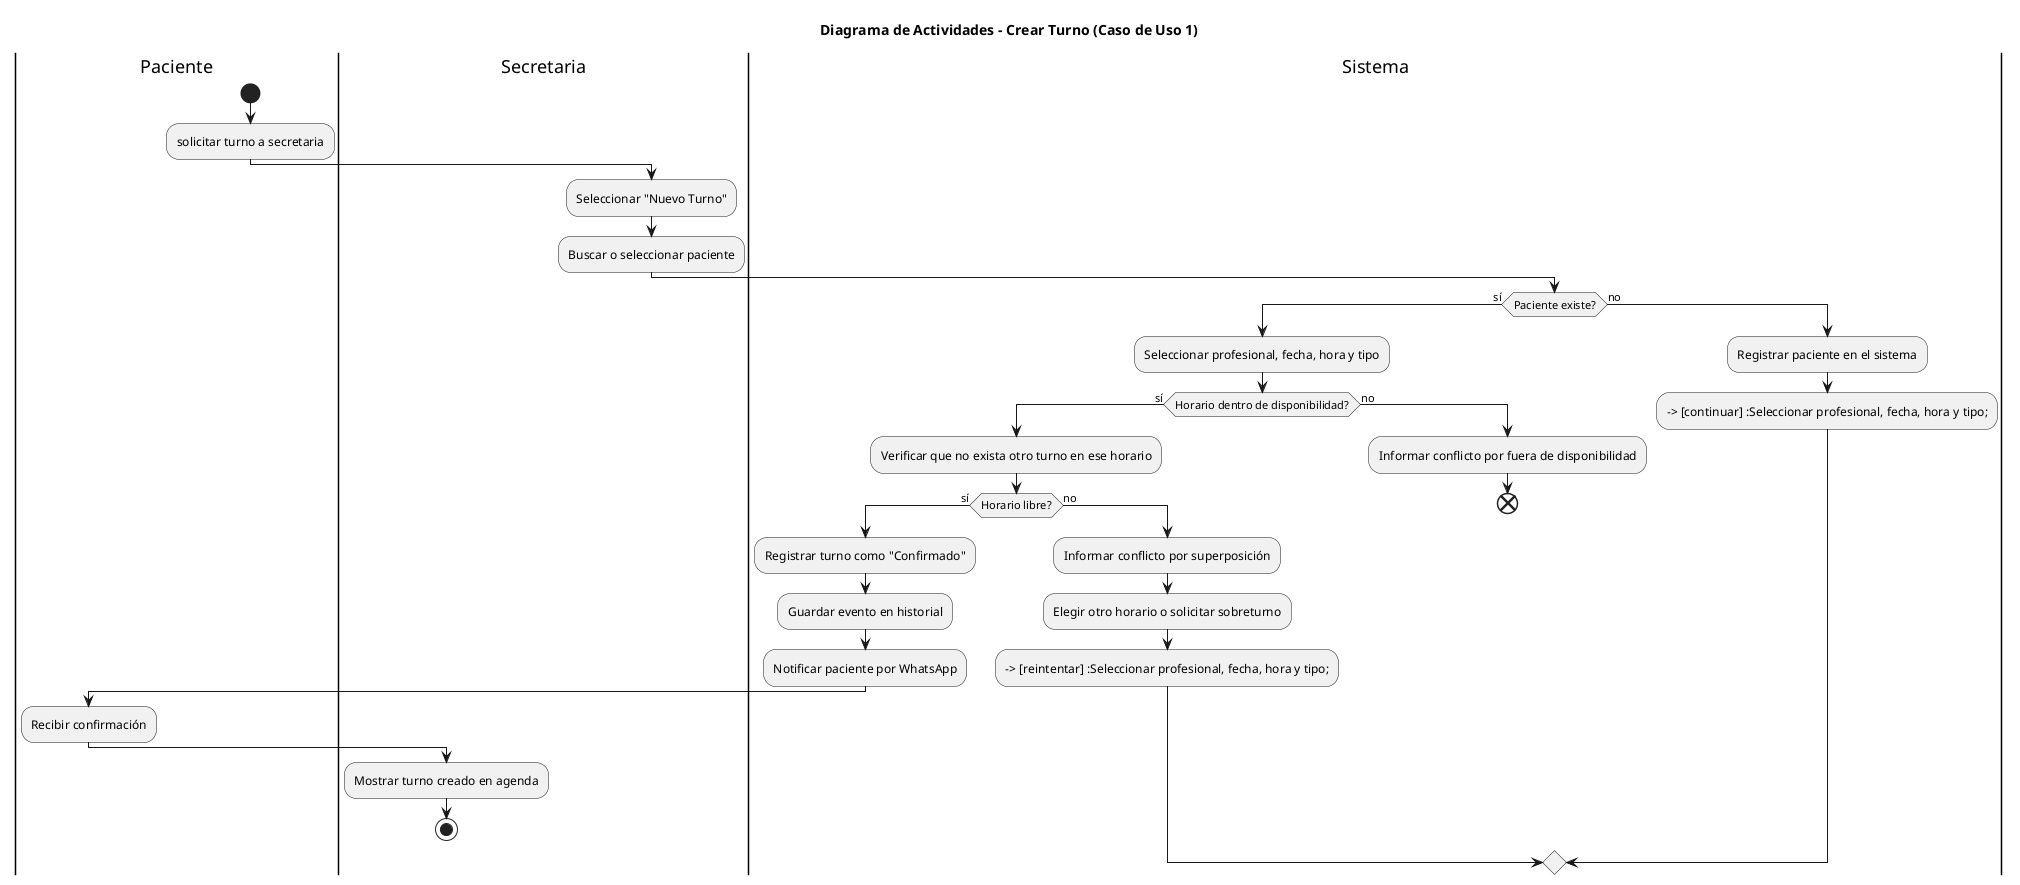
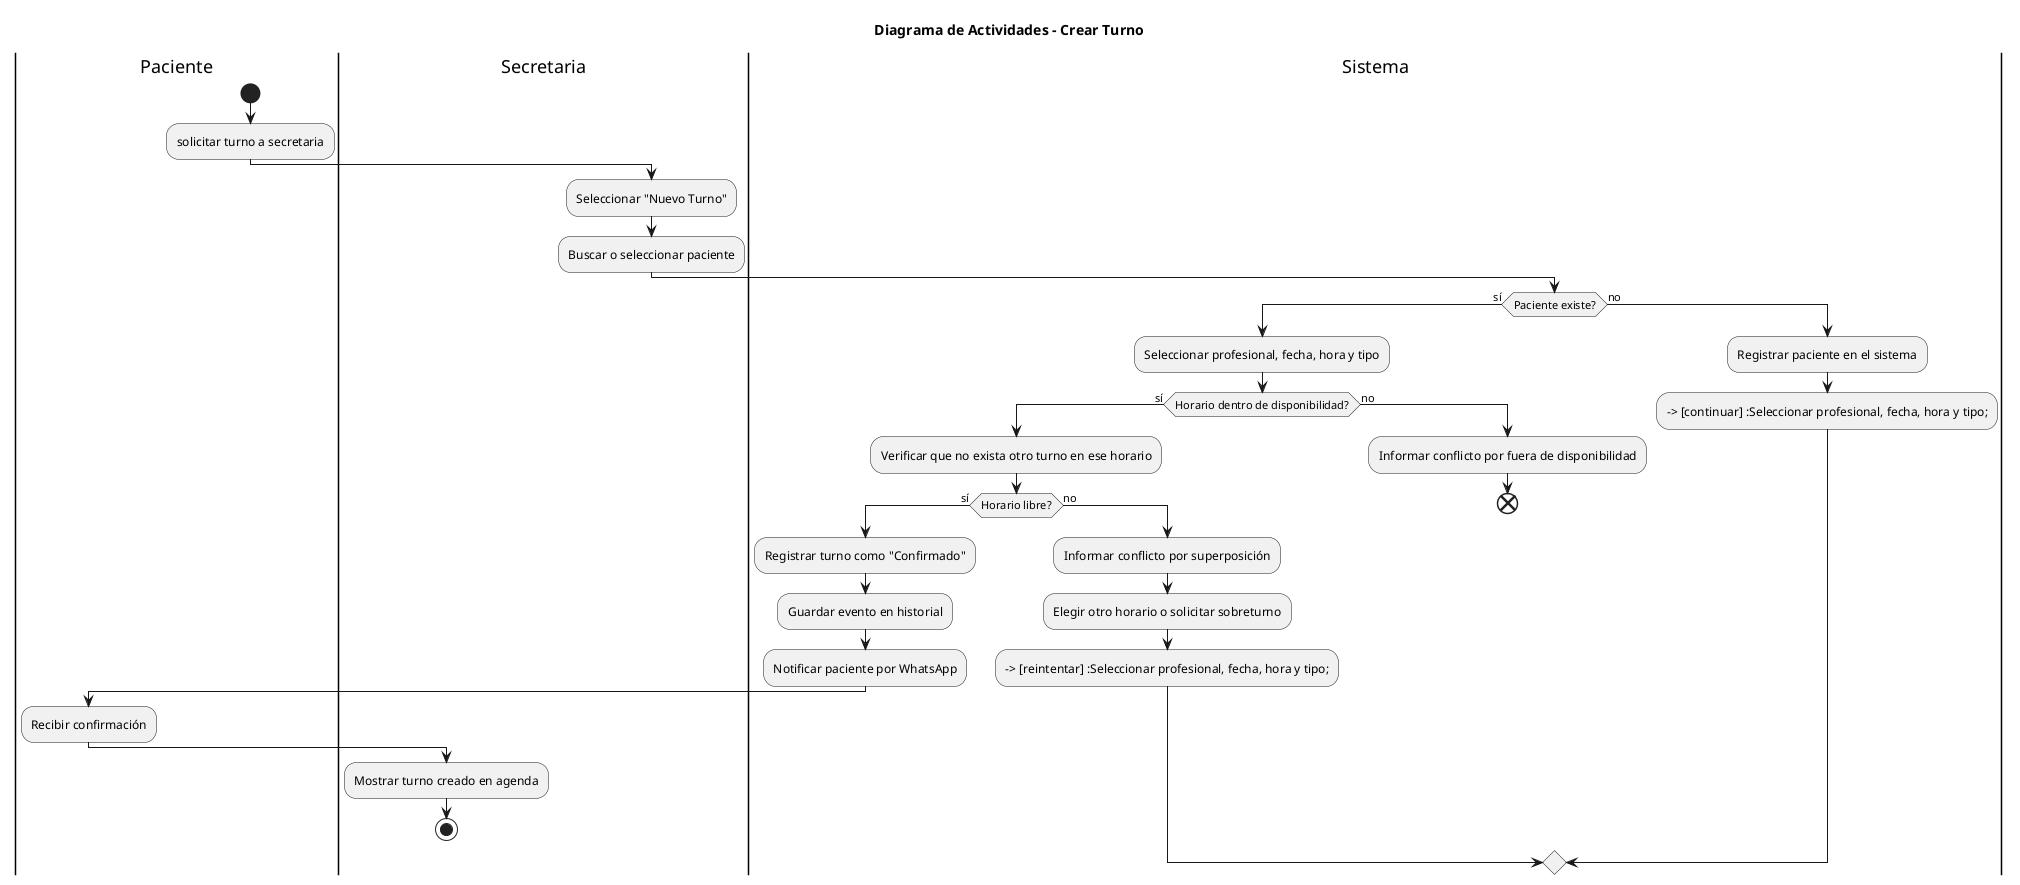
@startuml CrearTurno

- title Diagrama de Actividades - Crear Turno (Caso de Uso 1)
+ title Diagrama de Actividades - Crear Turno

|Paciente|
start
:solicitar turno a secretaria;

|Secretaria|
:Seleccionar "Nuevo Turno";
:Buscar o seleccionar paciente;

|Sistema|
if (Paciente existe?) then (sí)

    :Seleccionar profesional, fecha, hora y tipo;

    if (Horario dentro de disponibilidad?) then (sí)

        :Verificar que no exista otro turno en ese horario;

        if (Horario libre?) then (sí)
            :Registrar turno como "Confirmado";
            :Guardar evento en historial;
            :Notificar paciente por WhatsApp;

            |Paciente|
            :Recibir confirmación;

            |Secretaria|
            :Mostrar turno creado en agenda;
            stop
     |Sistema|
        else (no)
            :Informar conflicto por superposición;
            :Elegir otro horario o solicitar sobreturno;
            --> [reintentar] :Seleccionar profesional, fecha, hora y tipo;
        endif
|Sistema|
    else (no)
        :Informar conflicto por fuera de disponibilidad;
        end
    endif

else (no)
    :Registrar paciente en el sistema;
    --> [continuar] :Seleccionar profesional, fecha, hora y tipo;
endif

@enduml